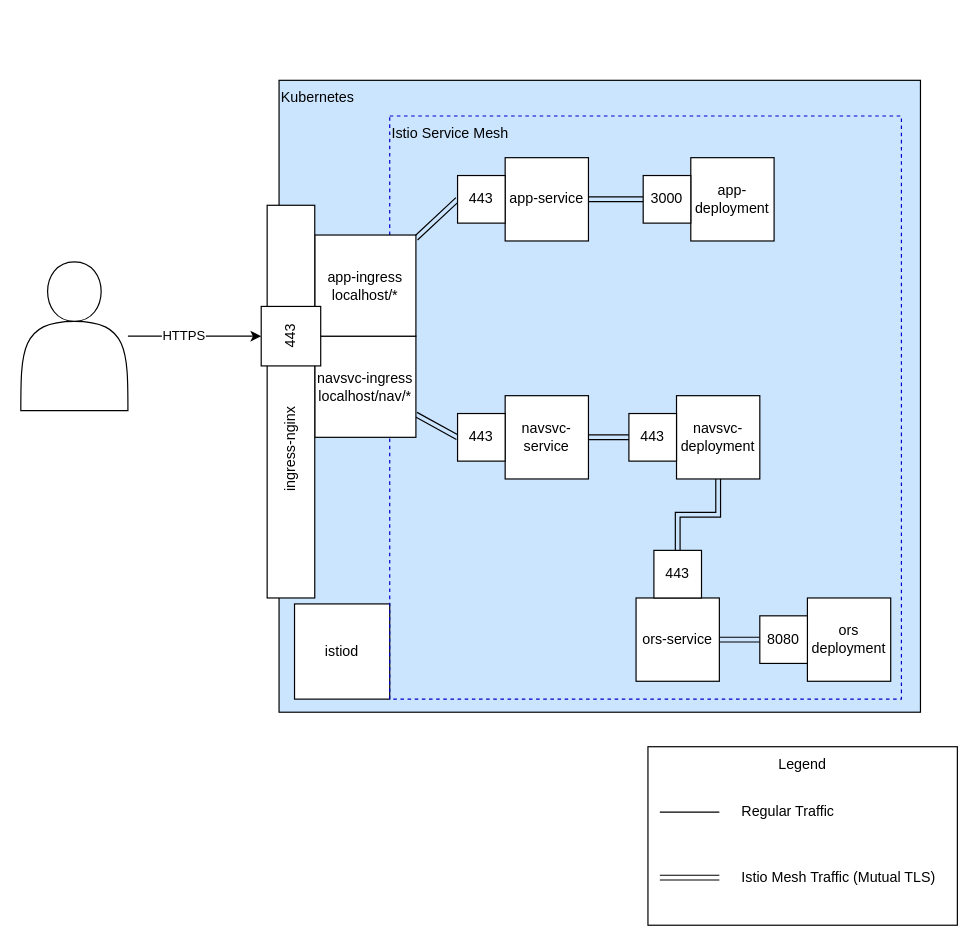
Before: page "Arch w/Network Security" (2 of 6) of docs/alltrails.drawio in depinore2/alltrails_takehome, a draw.io diagram. Source tidied: cells renumbered, new cells numbered last; positions are measured from the earlier drawing's top-left corner, leaving out a move shared by most shapes. Both pictures are drawn from the tidied source at 119%, with x=0, y=0 at pixel (20, 20).
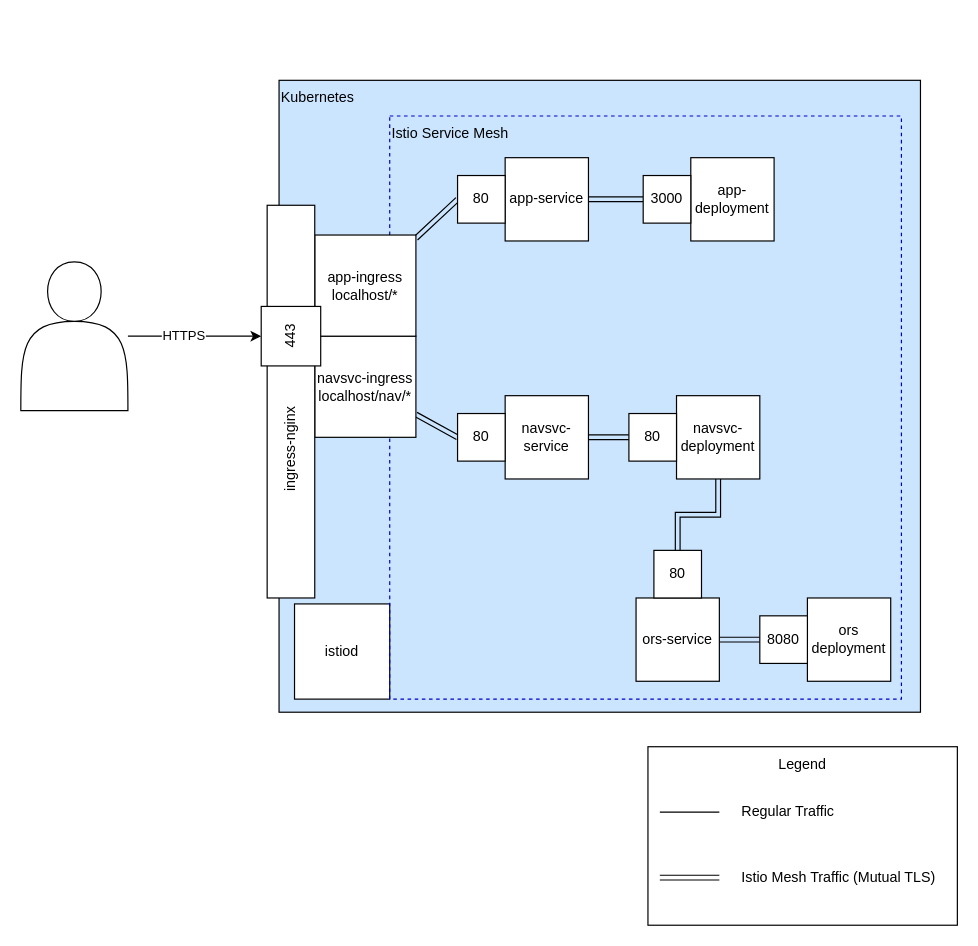
The same page after the edit.

What changed in the source:
```diff
@@
-    <mxCell id="9" value="443" style="whiteSpace=wrap;html=1;rotation=0;" parent="1" vertex="1">
+    <mxCell id="9" value="80" style="whiteSpace=wrap;html=1;rotation=0;" parent="1" vertex="1">
       <mxGeometry x="532" y="445" width="40" height="40" as="geometry" />
     </mxCell>
@@
-    <mxCell id="14" value="443" style="whiteSpace=wrap;html=1;rotation=0;" parent="1" vertex="1">
+    <mxCell id="14" value="80" style="whiteSpace=wrap;html=1;rotation=0;" parent="1" vertex="1">
       <mxGeometry x="367" y="330" width="40" height="40" as="geometry" />
     </mxCell>
@@
-    <mxCell id="17" value="443" style="whiteSpace=wrap;html=1;rotation=0;" parent="1" vertex="1">
+    <mxCell id="17" value="80" style="whiteSpace=wrap;html=1;rotation=0;" parent="1" vertex="1">
       <mxGeometry x="511" y="330" width="40" height="40" as="geometry" />
     </mxCell>
@@
-    <mxCell id="20" value="443" style="whiteSpace=wrap;html=1;rotation=0;" parent="1" vertex="1">
+    <mxCell id="20" value="80" style="whiteSpace=wrap;html=1;rotation=0;" parent="1" vertex="1">
       <mxGeometry x="367" y="130" width="40" height="40" as="geometry" />
     </mxCell>
```
